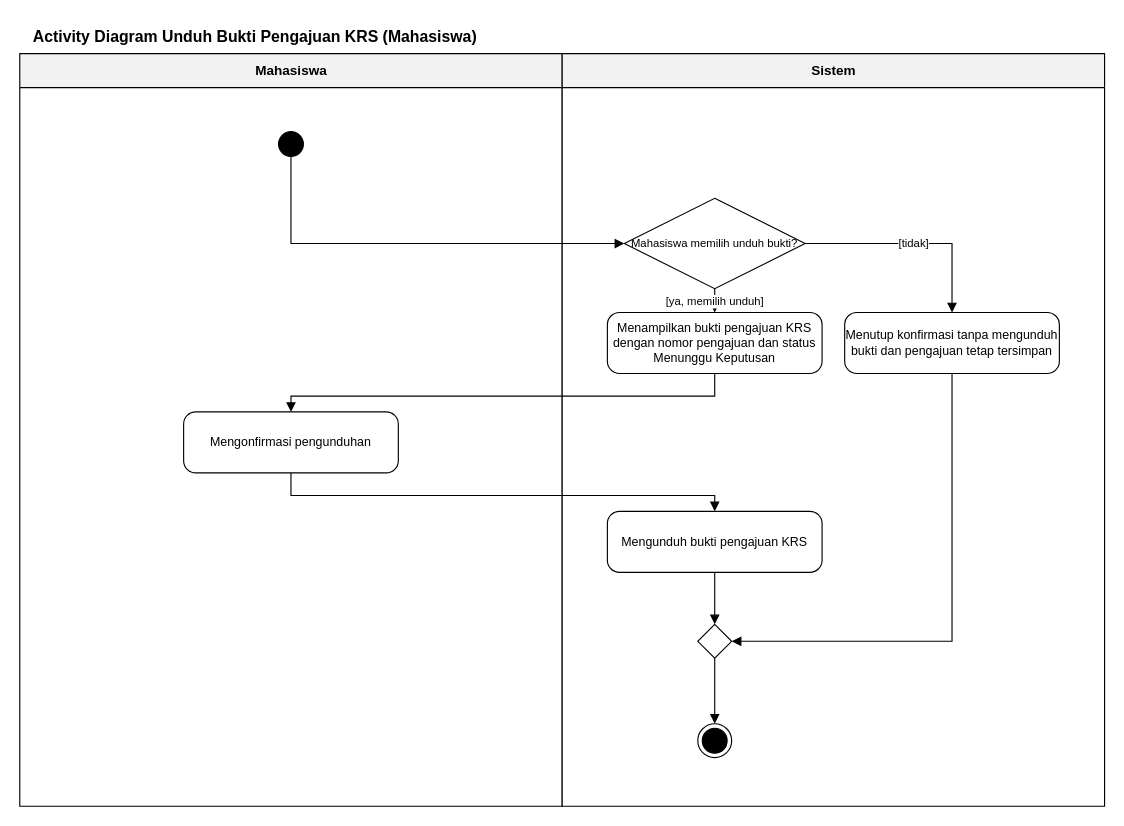
Before: 04_Model_Analisis/P06/SIA/P06_2406072_SIA_activity_unduh_bukti_krs_v01.drawio in nabilmuhammadramadhan/IFRWP5149_2406072_LabAlat, a draw.io diagram. Source tidied: cells renumbered, new cells numbered last; positions are measured from the earlier drawing's top-left corner, leaving out a move shared by most shapes. Both pictures are drawn from the tidied source at 113%, with x=0, y=0 at pixel (19, 19).
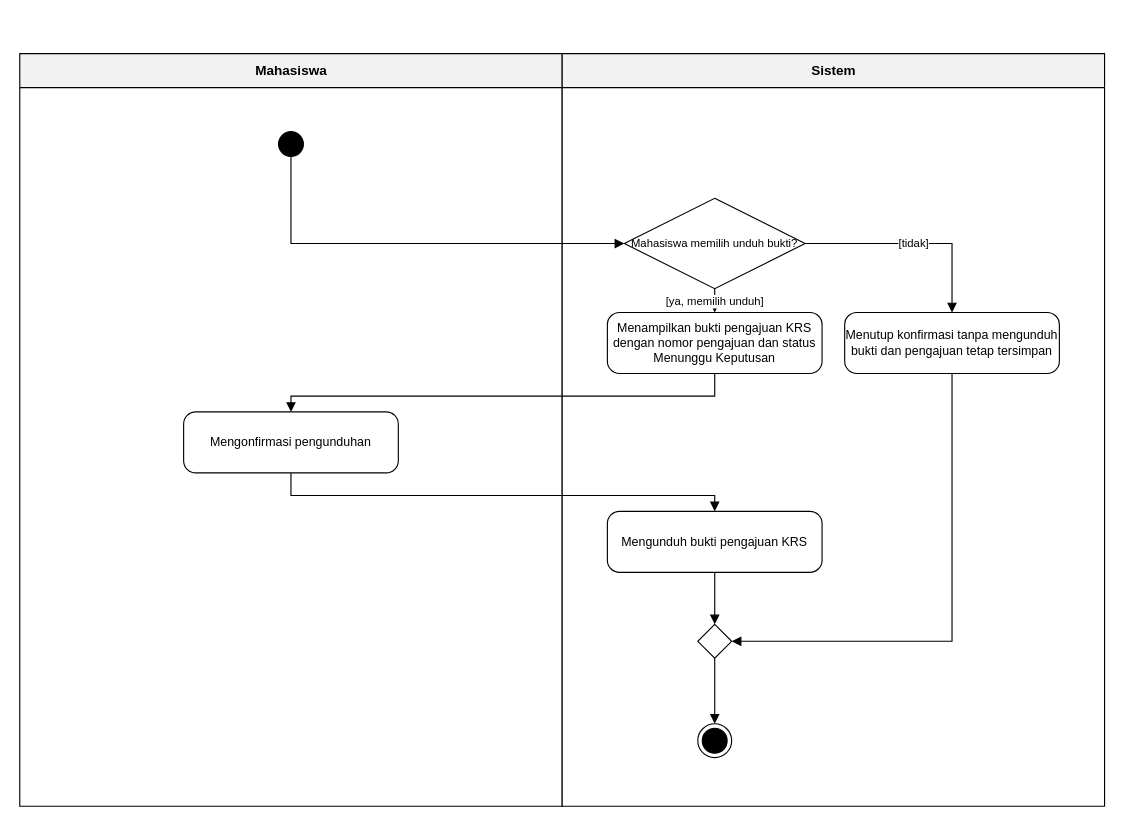
The same page after the edit.

The edit, as a diff of the source:
```diff
@@
-    <mxCell id="2" value="Activity Diagram Unduh Bukti Pengajuan KRS (Mahasiswa)" style="text;html=1;align=left;fontStyle=1;fontSize=14;" parent="1" vertex="1">
-      <mxGeometry x="10" width="600" height="26" as="geometry" />
-    </mxCell>
```
